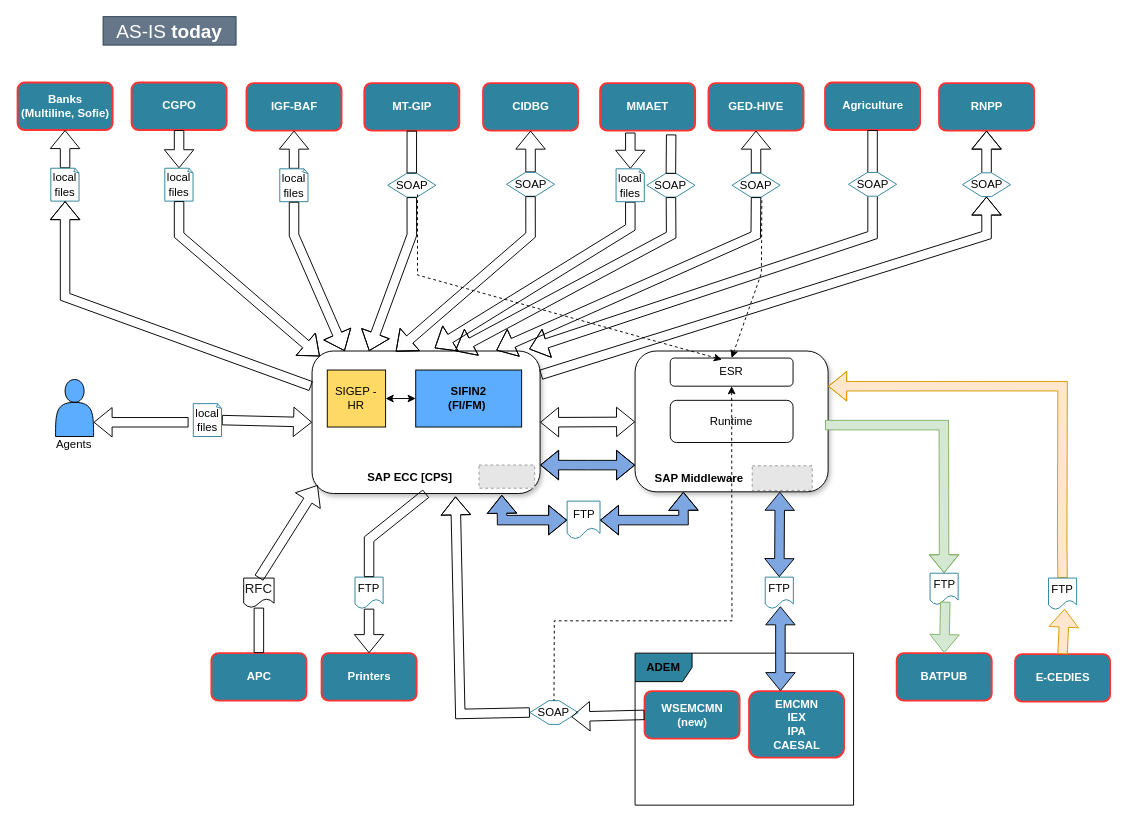
This is page "AsIs-Detailed" (4 of 7) of my_diagram.drawio from efelman/my_diagrams, a draw.io file, before an edit. Source tidied: cells renumbered, new cells numbered last; positions are measured from the earlier drawing's top-left corner, leaving out a move shared by most shapes. Both pictures are drawn from the tidied source at 95%, with x=0, y=0 at pixel (17, 16). Pictures stored in the file or linked from it are replaced by grey dashed boxes.
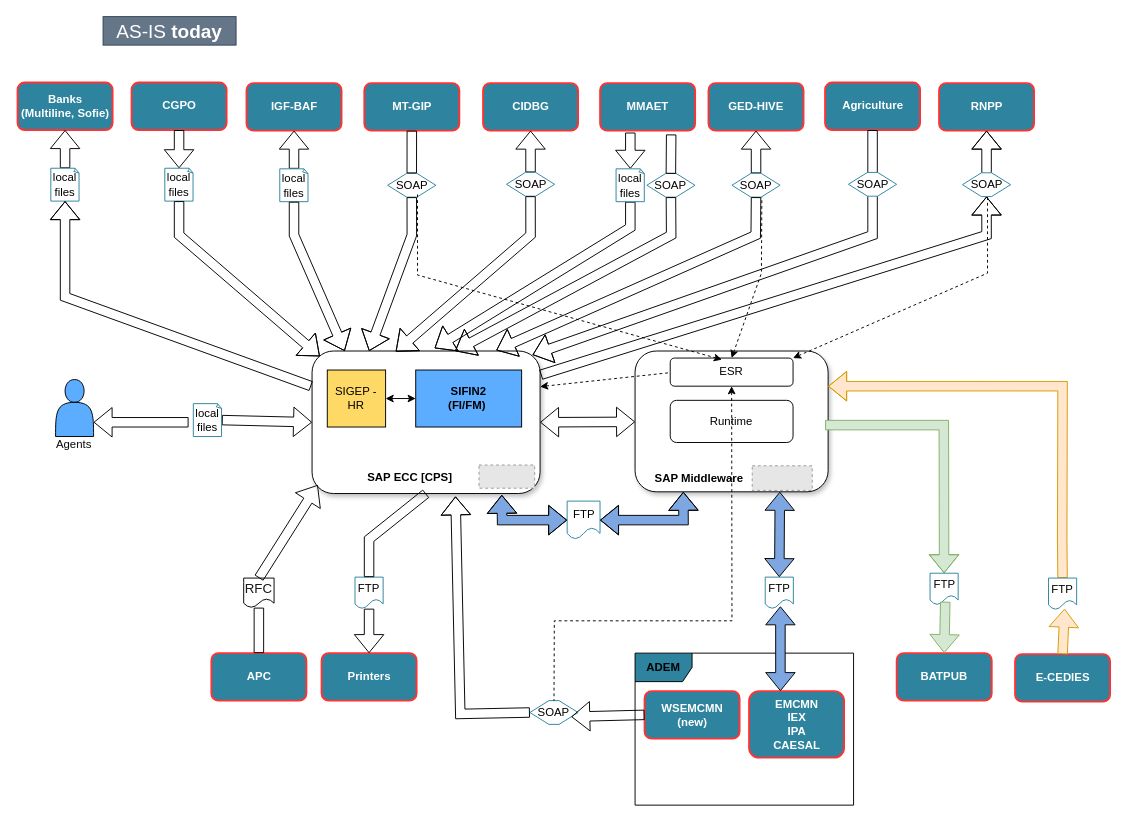
The same diagram, later.

Unchanged cells that the change refers to:
```xml
<mxCell id="3" style="group;" parent="1" vertex="1">
  <mxGeometry x="310" y="250" width="550" height="250.2" as="geometry" />
</mxCell>
<mxCell id="5" style="rounded=1;whiteSpace=wrap;html=1;shadow=1;" parent="4" vertex="1">
  <mxGeometry width="203.2" height="148.2" as="geometry" />
</mxCell>
<mxCell id="7" value="ESR" style="rounded=1;whiteSpace=wrap;html=1;" parent="4" vertex="1">
  <mxGeometry x="37" y="7.4" width="129.3" height="29.6" as="geometry" />
</mxCell>
<mxCell id="16" style="rounded=1;whiteSpace=wrap;html=1;shadow=1;glass=0;sketch=0;" parent="15" vertex="1">
  <mxGeometry width="240" height="150" as="geometry" />
</mxCell>
<mxCell id="56" value="&lt;font color=&quot;#ffffff&quot;&gt;Agriculture&lt;/font&gt;" style="dashed=0;html=1;rounded=1;fillColor=#2E849E;strokeColor=#FF3333;fontSize=12;align=center;fontStyle=1;strokeWidth=2;fontColor=#42526E;" parent="1" vertex="1">
  <mxGeometry x="850" y="69.4" width="100" height="50" as="geometry" />
</mxCell>
```

Diff of the diagram source:
```diff
@@
-    <mxCell id="10" style="shape=flexArrow;endArrow=classic;startArrow=classic;html=1;rounded=0;shadow=0;sketch=0;fontSize=12;fontColor=#FFFF66;strokeColor=default;fillColor=#7EA6E0;labelBackgroundColor=#63AAE0;exitX=1;exitY=0.5;exitDx=0;exitDy=0;" parent="3" edge="1">
-      <mxGeometry relative="1" as="geometry">
-        <mxPoint x="240" y="222" as="sourcePoint" />
-        <mxPoint x="340" y="222.1" as="targetPoint" />
-        <Array as="points">
-          <mxPoint x="290" y="222.1" />
-        </Array>
-      </mxGeometry>
-    </mxCell>
@@
-    <mxCell id="57" style="shape=flexArrow;endArrow=classic;html=1;rounded=0;fontColor=#FFFFFF;exitX=0.5;exitY=1;exitDx=0;exitDy=0;entryX=0.952;entryY=-0.013;entryDx=0;entryDy=0;entryPerimeter=0;" parent="1" edge="1" source="56" target="16">
+    <mxCell id="57" style="shape=flexArrow;endArrow=classic;html=1;rounded=0;fontColor=#FFFFFF;exitX=0.5;exitY=1;exitDx=0;exitDy=0;entryX=0.967;entryY=0.027;entryDx=0;entryDy=0;entryPerimeter=0;" parent="1" edge="1" source="56" target="16">
       <mxGeometry relative="1" as="geometry">
         <Array as="points">
           <mxPoint x="900" y="230" />
         </Array>
       </mxGeometry>
     </mxCell>
@@
+    <mxCell id="94" style="endArrow=none;dashed=1;html=1;rounded=0;startArrow=classic;startFill=1;entryX=0.172;entryY=0.155;entryDx=0;entryDy=0;entryPerimeter=0;exitX=1;exitY=0.25;exitDx=0;exitDy=0;" parent="1" edge="1" source="16" target="5">
+      <mxGeometry relative="1" as="geometry" />
+    </mxCell>
+    <mxCell id="95" style="endArrow=none;dashed=1;html=1;rounded=0;exitX=1;exitY=0;exitDx=0;exitDy=0;startArrow=classic;startFill=1;" parent="1" edge="1" source="7">
+      <mxGeometry relative="1" as="geometry">
+        <mxPoint x="1021" y="190" as="targetPoint" />
+        <Array as="points">
+          <mxPoint x="1021" y="270" />
+        </Array>
+      </mxGeometry>
+    </mxCell>
```
